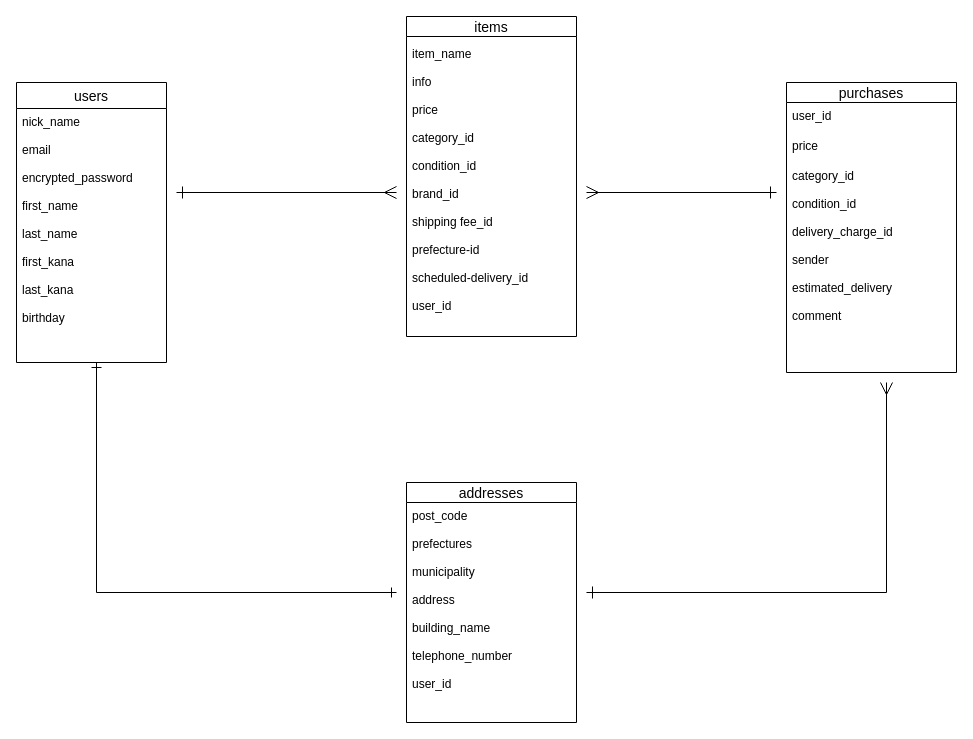
Earlier version of the draw.io diagram test.dio (shiotanishi/furima-39526). Source tidied: cells renumbered, new cells numbered last; positions are measured from the earlier drawing's top-left corner, leaving out a move shared by most shapes. Both pictures are drawn from the tidied source at 100%, with x=0, y=0 at pixel (16, 16).
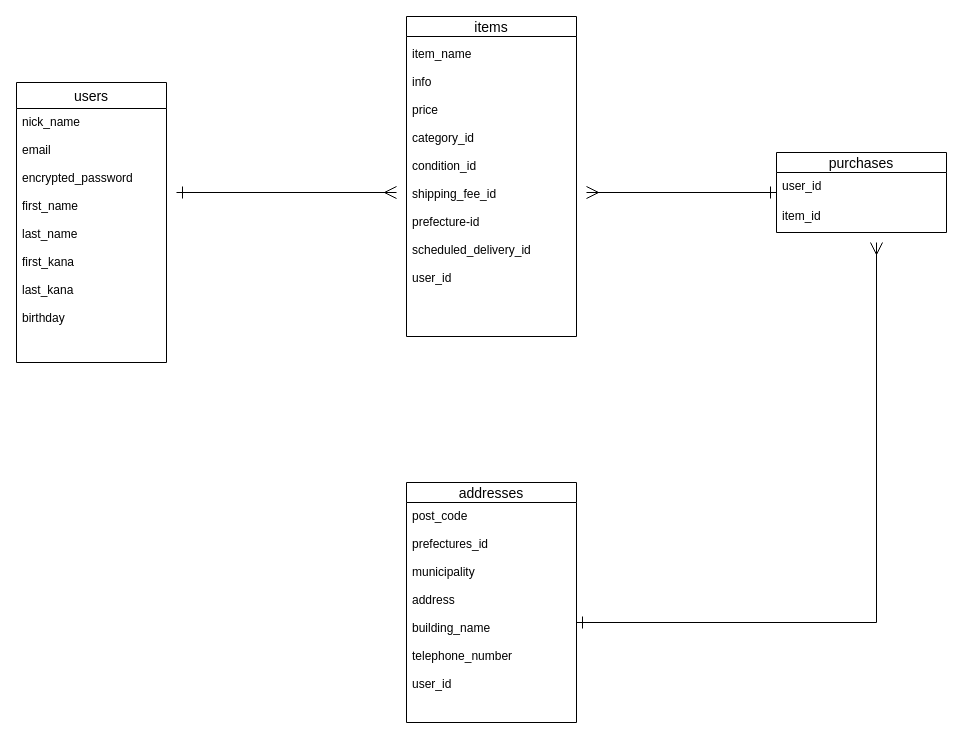
The same diagram, later.

Change to the diagram source:
```diff
@@
 <mxGraphModel>
   <root>
     <mxCell id="0" />
     <mxCell id="1" parent="0" />
     <mxCell id="2" value="users" style="swimlane;fontStyle=0;horizontal=1;startSize=26;align=center;fontSize=14;" parent="1" vertex="1">
       <mxGeometry y="66" width="150" height="280" as="geometry" />
     </mxCell>
     <mxCell id="3" value="nick_name&#10;&#10;email&#10;&#10;encrypted_password&#10;&#10;first_name&#10;&#10;last_name&#10;&#10;first_kana&#10;&#10;last_kana&#10;&#10;birthday" style="text;strokeColor=none;fillColor=none;spacingLeft=4;spacingRight=4;overflow=hidden;fontSize=12;" parent="2" vertex="1">
       <mxGeometry y="26" width="150" height="254" as="geometry" />
     </mxCell>
     <mxCell id="4" value="items" style="swimlane;fontStyle=0;horizontal=1;startSize=20;align=center;fontSize=14;" parent="1" vertex="1">
       <mxGeometry x="390" width="170" height="320" as="geometry" />
     </mxCell>
     <mxCell id="5" value="purchases" style="swimlane;fontStyle=0;horizontal=1;startSize=20;align=center;fontSize=14;" parent="1" vertex="1">
-      <mxGeometry x="770" y="66" width="170" height="290" as="geometry" />
+      <mxGeometry x="760" y="136" width="170" height="80" as="geometry" />
     </mxCell>
     <mxCell id="6" value="user_id" style="text;strokeColor=none;fillColor=none;spacingLeft=4;spacingRight=4;overflow=hidden;fontSize=12;" parent="5" vertex="1">
       <mxGeometry y="20" width="170" height="30" as="geometry" />
     </mxCell>
-    <mxCell id="7" value="price" style="text;strokeColor=none;fillColor=none;spacingLeft=4;spacingRight=4;overflow=hidden;fontSize=12;" parent="5" vertex="1">
+    <mxCell id="7" value="item_id" style="text;strokeColor=none;fillColor=none;spacingLeft=4;spacingRight=4;overflow=hidden;fontSize=12;" parent="5" vertex="1">
       <mxGeometry y="50" width="170" height="30" as="geometry" />
     </mxCell>
-    <mxCell id="8" value="category_id&#10;&#10;condition_id&#10;&#10;delivery_charge_id&#10;&#10;sender&#10;&#10;estimated_delivery&#10;&#10;comment" style="text;strokeColor=none;fillColor=none;spacingLeft=4;spacingRight=4;overflow=hidden;fontSize=12;" parent="5" vertex="1">
-      <mxGeometry y="80" width="170" height="210" as="geometry" />
-    </mxCell>
     <mxCell id="9" value="addresses" style="swimlane;fontStyle=0;horizontal=1;startSize=20;align=center;fontSize=14;" parent="1" vertex="1">
       <mxGeometry x="390" y="466" width="170" height="240" as="geometry" />
     </mxCell>
-    <mxCell id="10" value="post_code&#10;&#10;prefectures&#10;&#10;municipality&#10;&#10;address&#10;&#10;building_name&#10;&#10;telephone_number&#10;&#10;user_id" style="text;strokeColor=none;fillColor=none;spacingLeft=4;spacingRight=4;overflow=hidden;fontSize=12;" parent="9" vertex="1">
+    <mxCell id="10" value="post_code&#10;&#10;prefectures_id&#10;&#10;municipality&#10;&#10;address&#10;&#10;building_name&#10;&#10;telephone_number&#10;&#10;user_id" style="text;strokeColor=none;fillColor=none;spacingLeft=4;spacingRight=4;overflow=hidden;fontSize=12;" parent="9" vertex="1">
       <mxGeometry y="20" width="170" height="220" as="geometry" />
     </mxCell>
     <mxCell id="11" style="endArrow=ERmany;html=1;startArrow=ERone;startFill=0;endFill=0;targetPerimeterSpacing=10;endSize=10;sourcePerimeterSpacing=10;startSize=10;" parent="1" edge="1">
       <mxGeometry relative="1" as="geometry">
         <mxPoint x="160" y="176" as="sourcePoint" />
         <mxPoint x="380" y="176" as="targetPoint" />
       </mxGeometry>
     </mxCell>
     <mxCell id="12" style="endArrow=ERone;html=1;startArrow=ERmany;startFill=0;endFill=0;targetPerimeterSpacing=10;endSize=10;sourcePerimeterSpacing=10;startSize=10;" parent="1" edge="1">
       <mxGeometry relative="1" as="geometry">
         <mxPoint x="570" y="176" as="sourcePoint" />
         <mxPoint x="760" y="176" as="targetPoint" />
       </mxGeometry>
     </mxCell>
     <mxCell id="13" style="edgeStyle=segmentEdgeStyle;endArrow=ERmany;html=1;curved=0;rounded=0;endSize=10;startSize=10;sourcePerimeterSpacing=10;targetPerimeterSpacing=10;startArrow=ERone;startFill=0;endFill=0;" parent="1" edge="1">
       <mxGeometry relative="1" as="geometry">
-        <mxPoint x="570" y="576" as="sourcePoint" />
-        <mxPoint x="870" y="366" as="targetPoint" />
+        <mxPoint x="560" y="606" as="sourcePoint" />
+        <mxPoint x="860" y="226" as="targetPoint" />
+        <Array as="points">
+          <mxPoint x="860" y="606" />
+        </Array>
       </mxGeometry>
     </mxCell>
-    <mxCell id="14" style="edgeStyle=segmentEdgeStyle;endArrow=ERone;html=1;curved=0;rounded=0;endSize=8;startSize=8;sourcePerimeterSpacing=10;targetPerimeterSpacing=10;startArrow=ERone;startFill=0;endFill=0;" parent="1" edge="1">
-      <mxGeometry relative="1" as="geometry">
-        <mxPoint x="380" y="576" as="sourcePoint" />
-        <mxPoint x="80" y="346" as="targetPoint" />
-      </mxGeometry>
-    </mxCell>
-    <mxCell id="15" value="&#10;item_name&#10;&#10;info&#10;&#10;price&#10;&#10;category_id&#10;&#10;condition_id&#10;&#10;brand_id&#10;&#10;shipping fee_id&#10;&#10;prefecture-id&#10;&#10;scheduled-delivery_id&#10;&#10;user_id" style="text;strokeColor=none;fillColor=none;spacingLeft=4;spacingRight=4;overflow=hidden;fontSize=12;" parent="1" vertex="1">
-      <mxGeometry x="390" y="10" width="170" height="300" as="geometry" />
+    <mxCell id="15" value="&#10;item_name&#10;&#10;info&#10;&#10;price&#10;&#10;category_id&#10;&#10;condition_id&#10;&#10;shipping_fee_id&#10;&#10;prefecture-id&#10;&#10;scheduled_delivery_id&#10;&#10;user_id" style="text;strokeColor=none;fillColor=none;spacingLeft=4;spacingRight=4;overflow=hidden;fontSize=12;" parent="1" vertex="1">
+      <mxGeometry x="390" y="10" width="170" height="326" as="geometry" />
     </mxCell>
   </root>
 </mxGraphModel>
```
